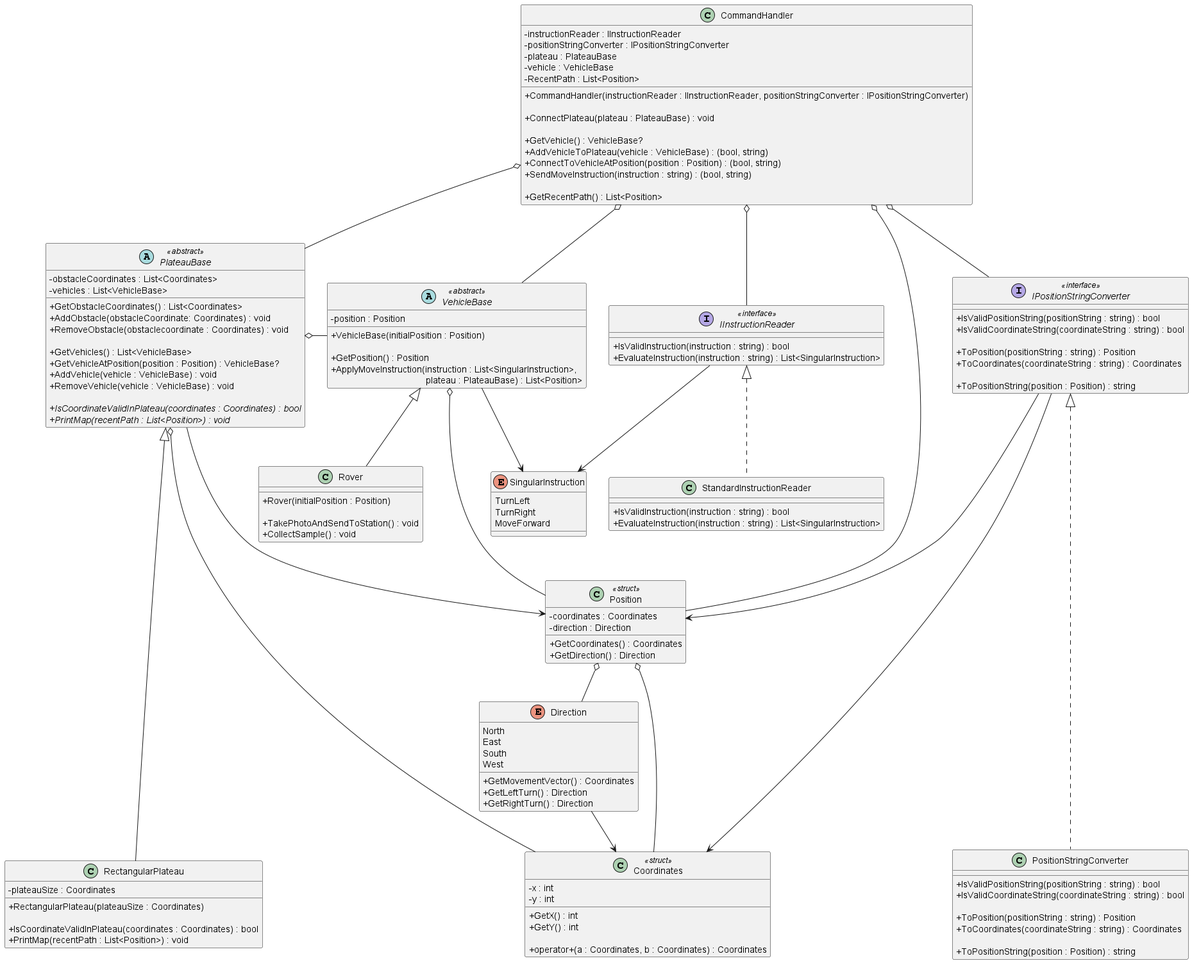
Above: diagrams/Mars Rover Challenge.png in iamfranco/MarsRoverChallenge (PlantUML), before the change.
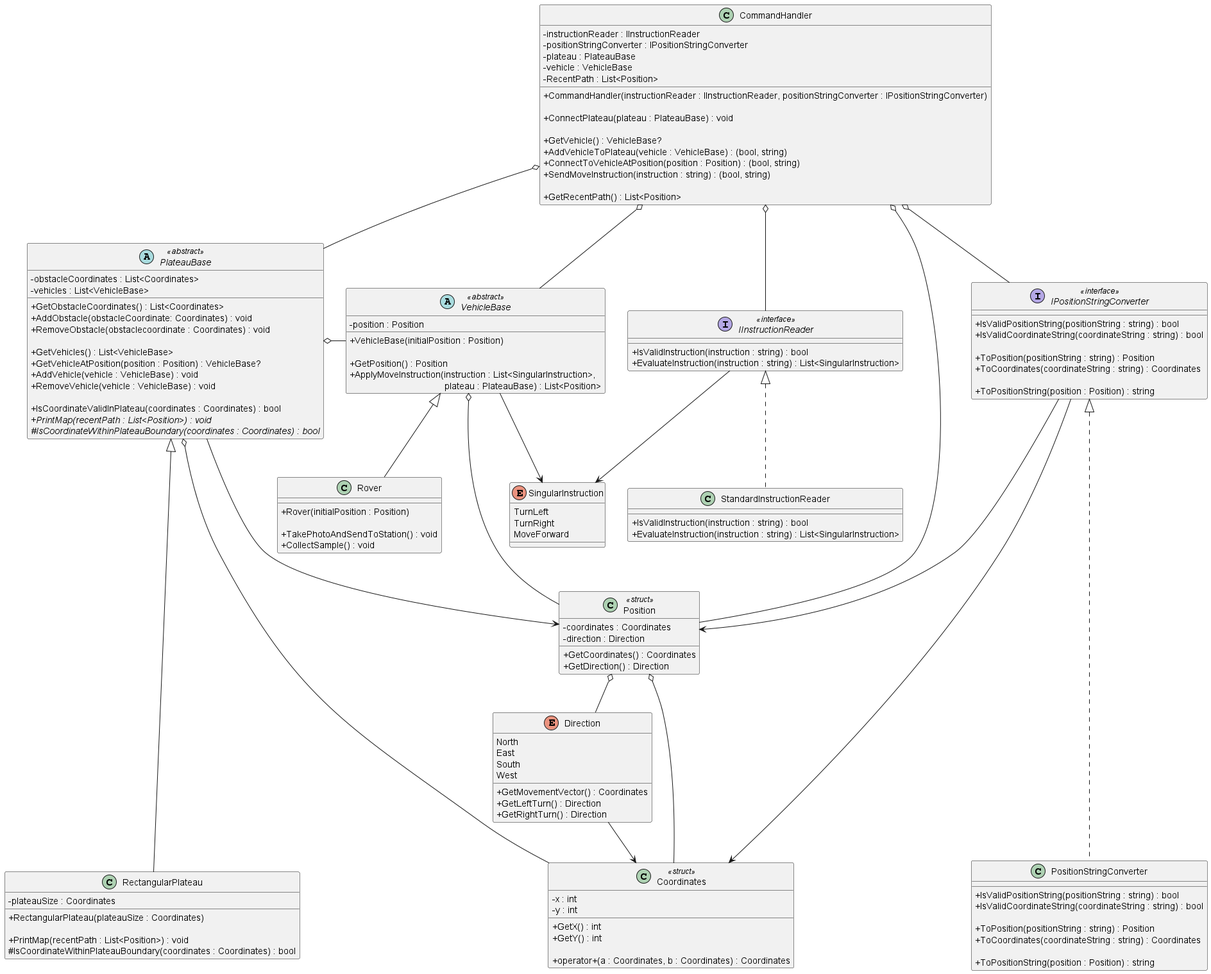
The same file after the commit.

Commit message:
UML: add abstract method IsCoordinateWithinPlateauBoundary to PlateauBase, make IsCoordinateValidInPlateau non abstract

Diff of the diagram source:
```diff
@@ -54,8 +54,9 @@
   + AddVehicle(vehicle : VehicleBase) : void
   + RemoveVehicle(vehicle : VehicleBase) : void
 
-  {abstract} + IsCoordinateValidInPlateau(coordinates : Coordinates) : bool
+   + IsCoordinateValidInPlateau(coordinates : Coordinates) : bool
   {abstract} + PrintMap(recentPath : List<Position>) : void
+  {abstract} # IsCoordinateWithinPlateauBoundary(coordinates : Coordinates) : bool
 }
 
 class RectangularPlateau
@@ -64,8 +65,8 @@
 
   + RectangularPlateau(plateauSize : Coordinates)
 
-  + IsCoordinateValidInPlateau(coordinates : Coordinates) : bool
   + PrintMap(recentPath : List<Position>) : void
+  # IsCoordinateWithinPlateauBoundary(coordinates : Coordinates) : bool
 }
 
 class Coordinates <<struct>>
```
